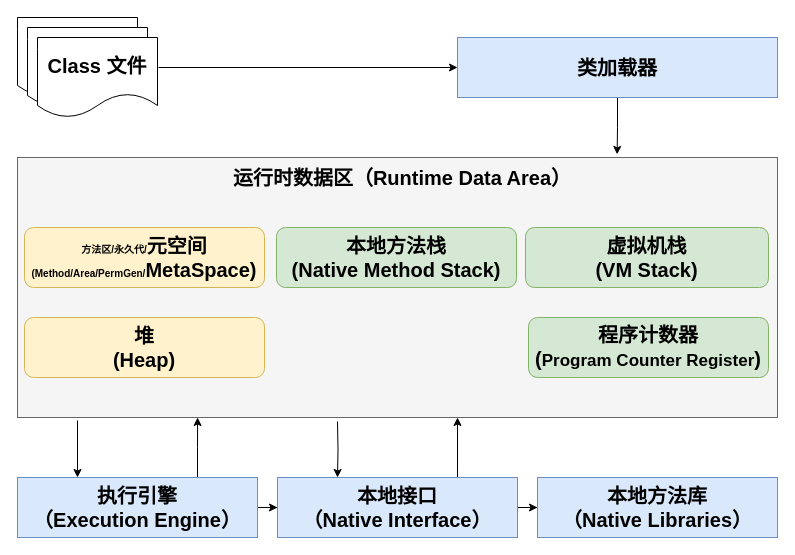
Above: page "JVM" (1 of 6) of java/jvm/drawio/jvm.drawio in QQ1350995917/gitbook (draw.io), before the change. Source tidied: cells renumbered, new cells numbered last; positions are measured from the earlier drawing's top-left corner, leaving out a move shared by most shapes. Both pictures are drawn from the tidied source at 100%, with x=0, y=0 at pixel (17, 17).
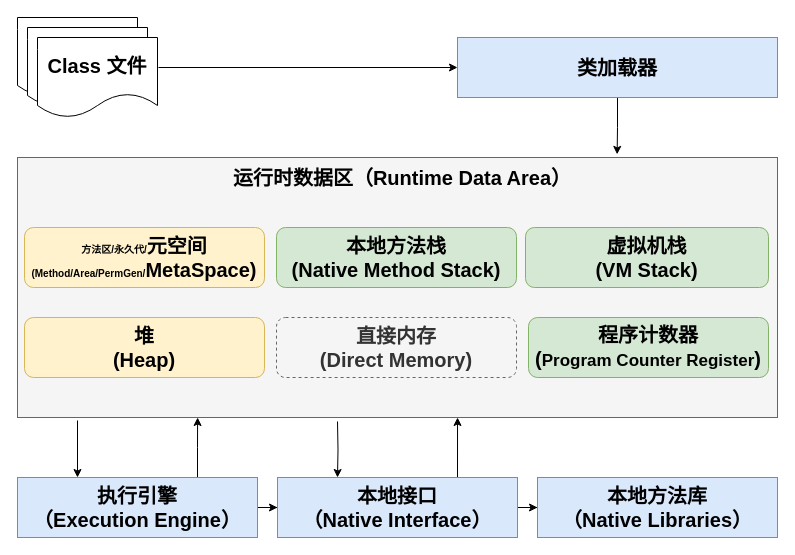
The same diagram, later.

Diff of the diagram source:
```diff
@@
+    <mxCell id="24" value="&lt;font style=&quot;font-size: 20px&quot;&gt;&lt;b&gt;直接内存&lt;br&gt;(Direct Memory)&lt;br&gt;&lt;/b&gt;&lt;/font&gt;" style="rounded=1;whiteSpace=wrap;html=1;fillColor=#f5f5f5;strokeColor=#666666;fontColor=#333333;dashed=1;" parent="1" vertex="1">
+      <mxGeometry x="259" y="300" width="240" height="60" as="geometry" />
+    </mxCell>
```
